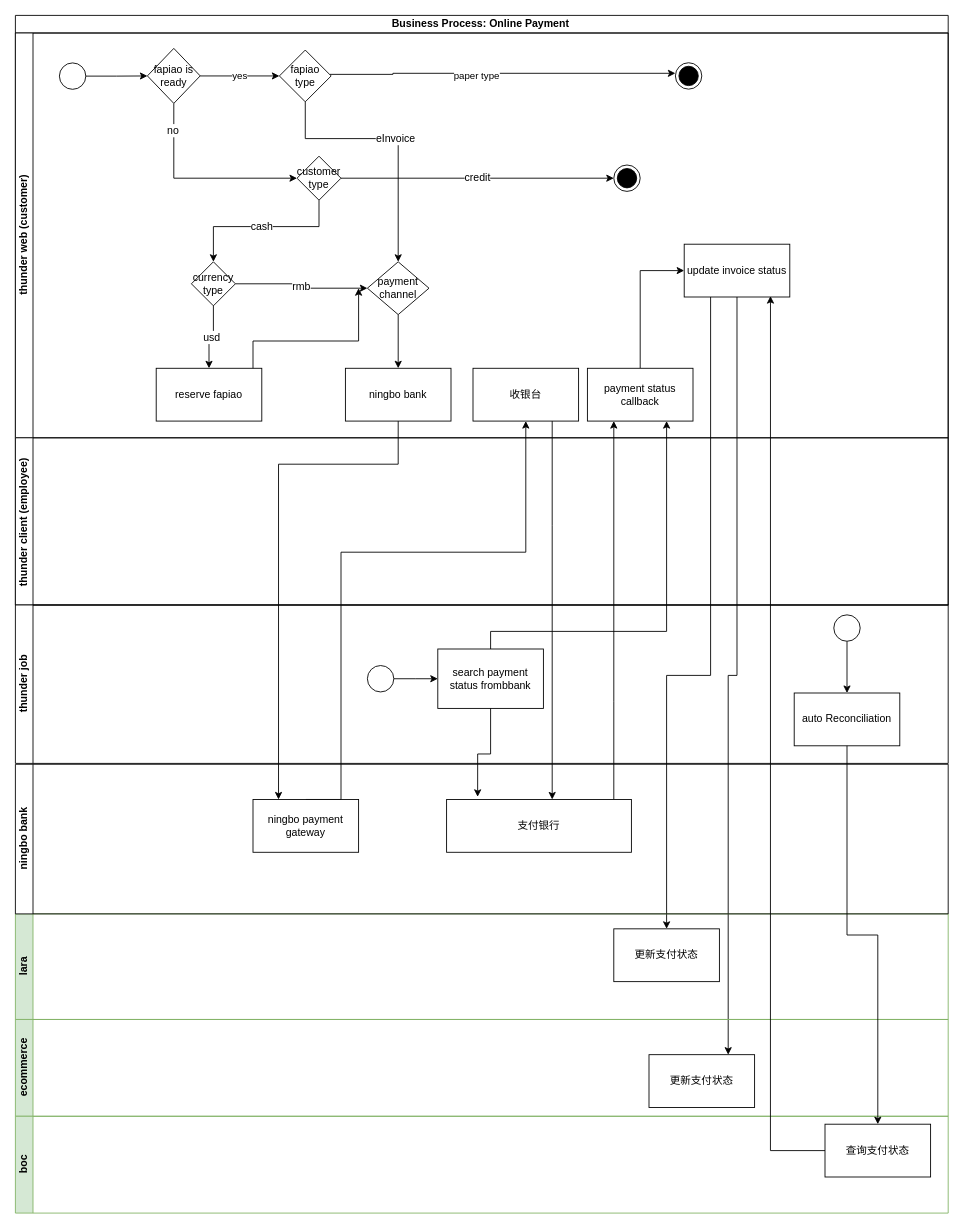
Earlier version of the draw.io diagram ningbo bank pay.drawio (yi2003/diagram). Source tidied: cells renumbered, new cells numbered last; positions are measured from the earlier drawing's top-left corner, leaving out a move shared by most shapes. Both pictures are drawn from the tidied source at 88%, with x=0, y=0 at pixel (15, 15).
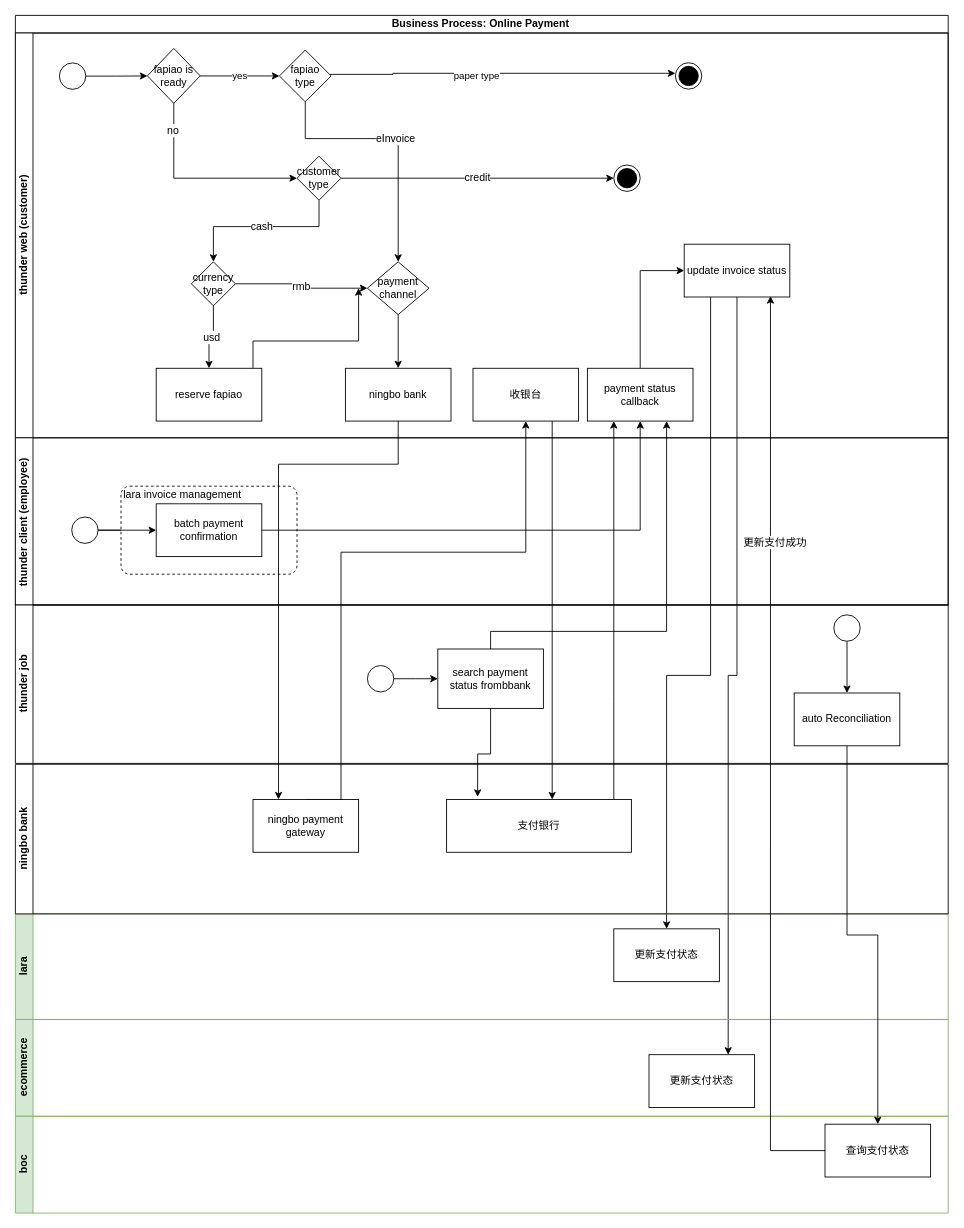
The same diagram, later.

The change refers to these unchanged cells:
```xml
<mxCell id="2" value="Business Process: Online Payment&amp;nbsp;" style="swimlane;horizontal=1;startSize=20;html=1;" parent="1" vertex="1">
  <mxGeometry width="1060" height="670" as="geometry" />
</mxCell>
<mxCell id="26" value="payment status callback" style="rounded=0;whiteSpace=wrap;html=1;strokeColor=rgb(0, 0, 0);fontFamily=Helvetica;fontSize=12;fontColor=rgb(0, 0, 0);startSize=20;fillColor=rgb(255, 255, 255);" parent="3" vertex="1">
  <mxGeometry x="650" y="381" width="120" height="60" as="geometry" />
</mxCell>
<mxCell id="30" value="thunder client (employee)&amp;nbsp;" style="swimlane;startSize=20;horizontal=0;html=1;" parent="2" vertex="1">
  <mxGeometry y="480" width="1060" height="190" as="geometry" />
</mxCell>
<mxCell id="57" style="edgeStyle=orthogonalEdgeStyle;rounded=0;jettySize=auto;html=1;entryX=0.817;entryY=0.983;entryDx=0;entryDy=0;fontSize=12;entryPerimeter=0;" parent="1" edge="1" source="55" target="27">
  <mxGeometry relative="1" as="geometry" />
</mxCell>
```

What changed in the source:
```diff
@@
+    <mxCell id="58" style="edgeStyle=orthogonalEdgeStyle;rounded=0;jettySize=auto;html=1;entryX=0;entryY=0.5;entryDx=0;entryDy=0;fontSize=12;" parent="30" edge="1" source="59" target="62">
+      <mxGeometry relative="1" as="geometry" />
+    </mxCell>
+    <mxCell id="59" style="ellipse;fontSize=12;" parent="30" vertex="1">
+      <mxGeometry x="64" y="90" width="30" height="30" as="geometry" />
+    </mxCell>
+    <mxCell id="60" style="html=1;align=center;verticalAlign=top;rounded=1;absoluteArcSize=1;arcSize=20;dashed=1;fontSize=12;" parent="30" vertex="1">
+      <mxGeometry x="120" y="55" width="200" height="100" as="geometry" />
+    </mxCell>
+    <mxCell id="61" style="edgeStyle=orthogonalEdgeStyle;rounded=0;jettySize=auto;html=1;fontSize=12;entryX=0;entryY=0.5;entryDx=0;entryDy=0;" parent="30" edge="1" source="59" target="62">
+      <mxGeometry relative="1" as="geometry" />
+    </mxCell>
+    <mxCell id="62" value="batch payment confirmation" style="whiteSpace=wrap;html=1;fillColor=rgb(255, 255, 255);fontSize=12;" parent="30" vertex="1">
+      <mxGeometry x="160" y="75" width="120" height="60" as="geometry" />
+    </mxCell>
+    <mxCell id="63" value="lara invoice management" style="text;html=1;strokeColor=none;fillColor=none;align=center;verticalAlign=middle;whiteSpace=wrap;overflow=hidden;fontSize=12;" parent="30" vertex="1">
+      <mxGeometry x="120" y="55" width="140" height="20" as="geometry" />
+    </mxCell>
+    <mxCell id="64" style="edgeStyle=orthogonalEdgeStyle;rounded=0;jettySize=auto;html=1;fontSize=12;" parent="2" edge="1" source="62" target="26">
+      <mxGeometry relative="1" as="geometry" />
+    </mxCell>
@@
+    <mxCell id="65" value="更新支付成功" style="edgeLabel;html=1;align=center;verticalAlign=middle;fontSize=12;" parent="57" vertex="1">
+      <mxGeometry x="0.46" y="-4" relative="1" as="geometry" />
+    </mxCell>
```
